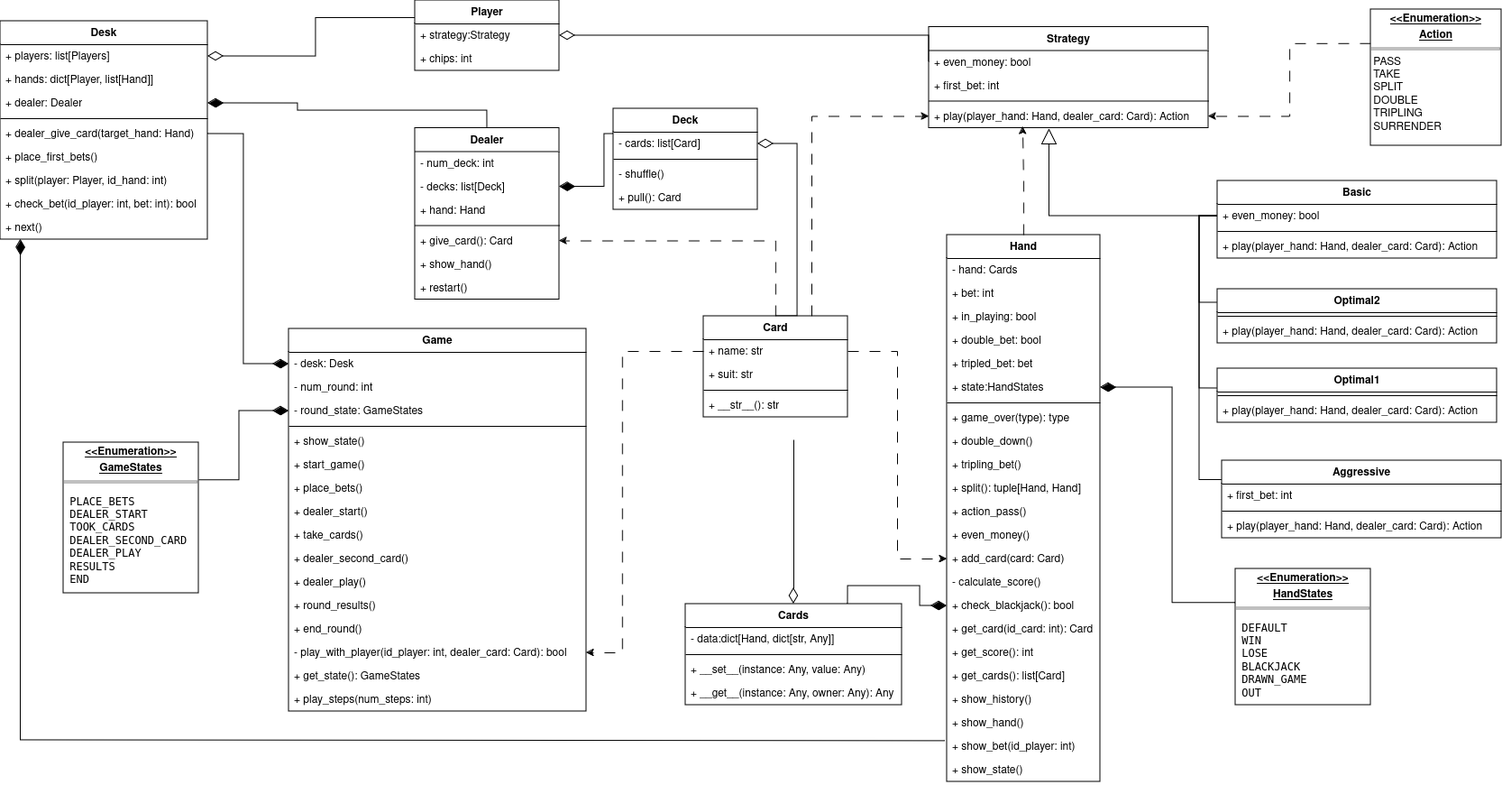
maxscherbakov/spbu-python-course keeps this draw.io diagram as project/game/docs/UML.png. Above is the earlier version. Source tidied: cells renumbered, new cells last; positions are measured from the earlier drawing's top-left corner, leaving out a move shared by most shapes.
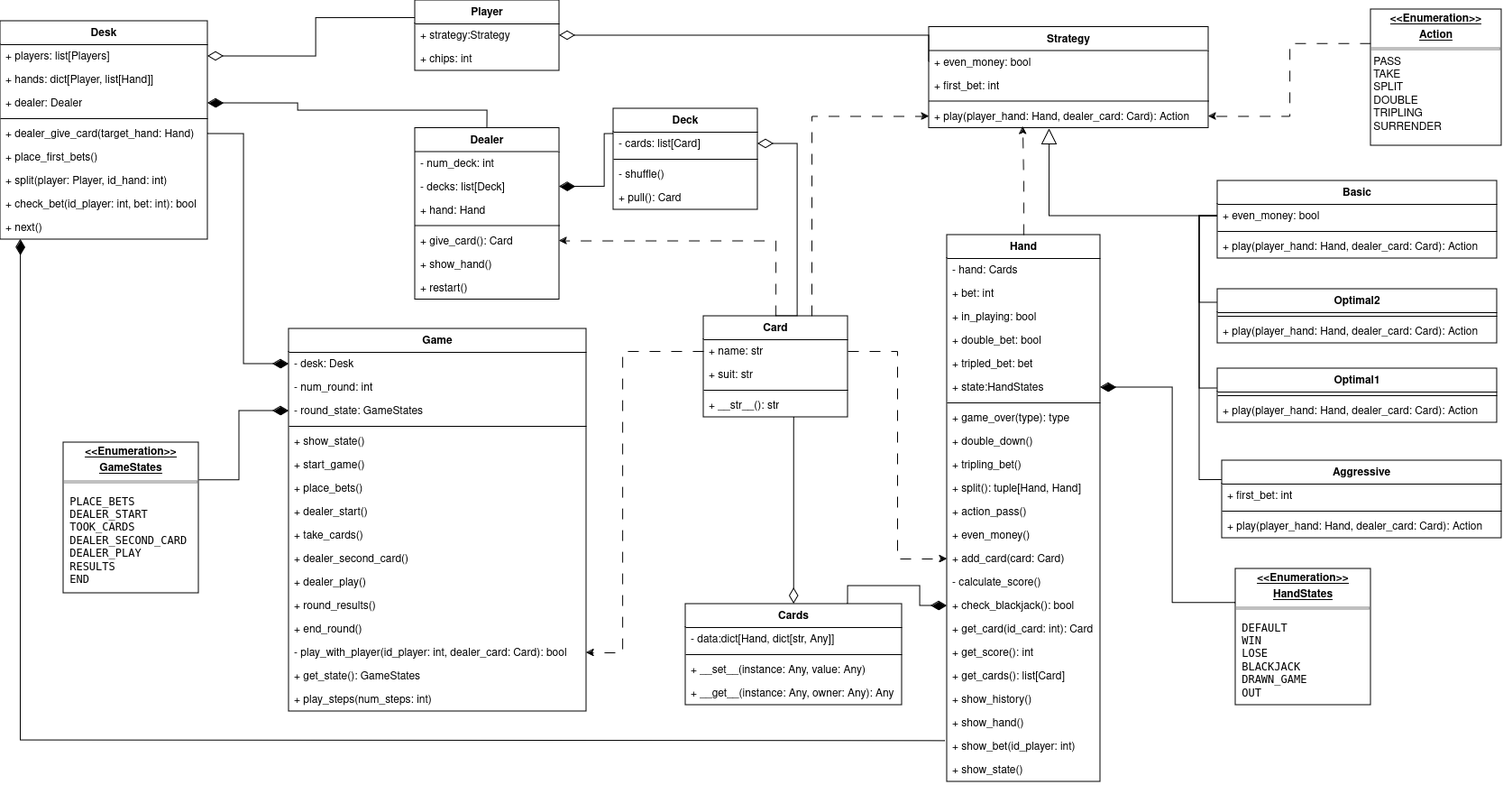
The same diagram one commit later.

Commit message:
fix the dependency line

What changed in the source:
```diff
@@ -383,11 +383,11 @@
         </Array>
       </mxGeometry>
     </mxCell>
-    <mxCell id="119" style="edgeStyle=orthogonalEdgeStyle;rounded=0;jettySize=auto;html=1;endArrow=diamondThin;endFill=0;endSize=15;" parent="1" edge="1" target="19">
+    <mxCell id="119" style="edgeStyle=orthogonalEdgeStyle;rounded=0;jettySize=auto;html=1;endArrow=diamondThin;endFill=0;endSize=15;exitX=0.627;exitY=1.009;exitDx=0;exitDy=0;exitPerimeter=0;" parent="1" edge="1" source="31" target="19">
       <mxGeometry relative="1" as="geometry">
-        <mxPoint x="880" y="487" as="sourcePoint" />
         <Array as="points">
-          <mxPoint x="880" y="487" />
+          <mxPoint x="880" y="470" />
+          <mxPoint x="880" y="470" />
         </Array>
       </mxGeometry>
     </mxCell>
```
